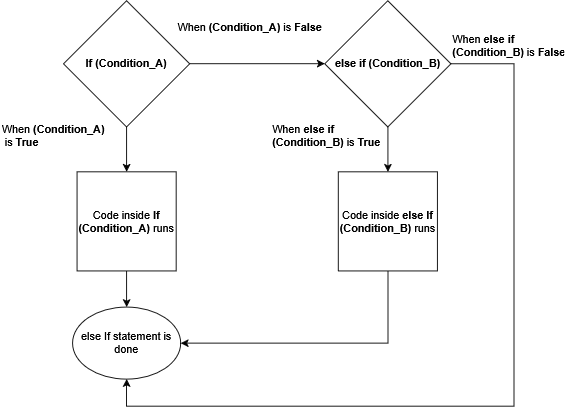
Above: public/conditionals/elseif.png in Adrianamm/frcsoftware.org (draw.io), before the change. Source tidied: cells renumbered, new cells last; positions are measured from the earlier drawing's top-left corner, leaving out a move shared by most shapes.
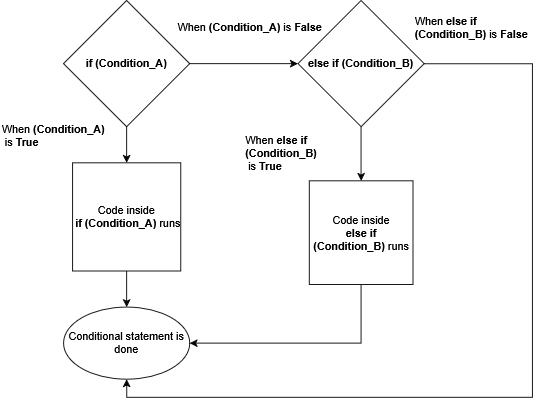
After the commit.

Change to the diagram source:
```diff
@@ -8,17 +8,17 @@
     <mxCell id="3" style="edgeStyle=orthogonalEdgeStyle;rounded=0;jettySize=auto;html=1;" parent="1" edge="1" source="4" target="12">
       <mxGeometry relative="1" as="geometry" />
     </mxCell>
-    <mxCell id="4" value="&lt;b&gt;If (Condition_A)&lt;/b&gt;" style="rhombus;whiteSpace=wrap;html=1;" parent="1" vertex="1">
+    <mxCell id="4" value="&lt;b&gt;if (Condition_A)&lt;/b&gt;" style="rhombus;whiteSpace=wrap;html=1;" parent="1" vertex="1">
       <mxGeometry x="70" width="140" height="140" as="geometry" />
     </mxCell>
     <mxCell id="5" style="edgeStyle=orthogonalEdgeStyle;rounded=0;jettySize=auto;html=1;" parent="1" edge="1" source="6" target="7">
       <mxGeometry relative="1" as="geometry" />
     </mxCell>
-    <mxCell id="6" value="Code inside&lt;b&gt;&amp;nbsp;&lt;/b&gt;&lt;b&gt;If (&lt;/b&gt;&lt;b&gt;Condition_A&lt;/b&gt;&lt;b&gt;)&lt;/b&gt;&amp;nbsp;runs" style="whiteSpace=wrap;html=1;" parent="1" vertex="1">
-      <mxGeometry x="85" y="190" width="110" height="110" as="geometry" />
+    <mxCell id="6" value="&lt;div&gt;Code inside&lt;b&gt;&lt;br&gt;&lt;/b&gt;&lt;/div&gt;&lt;div&gt;&lt;b&gt;&amp;nbsp;if&lt;/b&gt;&lt;b&gt;&amp;nbsp;(&lt;/b&gt;&lt;b&gt;Condition_A&lt;/b&gt;&lt;b&gt;)&lt;/b&gt;&amp;nbsp;runs&lt;/div&gt;" style="whiteSpace=wrap;html=1;" parent="1" vertex="1">
+      <mxGeometry x="80" y="180" width="120" height="120" as="geometry" />
     </mxCell>
-    <mxCell id="7" value="else If statement is done" style="ellipse;whiteSpace=wrap;html=1;" parent="1" vertex="1">
-      <mxGeometry x="80" y="340" width="120" height="80" as="geometry" />
+    <mxCell id="7" value="Conditional statement is done" style="ellipse;whiteSpace=wrap;html=1;" parent="1" vertex="1">
+      <mxGeometry x="70" y="340" width="140" height="80" as="geometry" />
     </mxCell>
     <mxCell id="8" value="&lt;div&gt;When&amp;nbsp;&lt;b&gt;(&lt;/b&gt;&lt;b&gt;Condition_A&lt;/b&gt;&lt;b&gt;)&lt;/b&gt;&lt;/div&gt;&lt;div&gt;&lt;b&gt;&amp;nbsp;&lt;/b&gt;is&amp;nbsp;&lt;b&gt;True&lt;/b&gt;&lt;/div&gt;" style="text;html=1;whiteSpace=wrap;strokeColor=none;fillColor=none;align=left;verticalAlign=middle;rounded=0;" parent="1" vertex="1">
       <mxGeometry y="130" width="140" height="40" as="geometry" />
@@ -26,36 +26,36 @@
     <mxCell id="9" value="When&amp;nbsp;&lt;b&gt;(&lt;/b&gt;&lt;b&gt;Condition_A&lt;/b&gt;&lt;b&gt;)&amp;nbsp;&lt;/b&gt;is&amp;nbsp;&lt;b&gt;False&lt;/b&gt;" style="text;html=1;whiteSpace=wrap;strokeColor=none;fillColor=none;align=left;verticalAlign=middle;rounded=0;" parent="1" vertex="1">
       <mxGeometry x="195" y="10" width="80" height="40" as="geometry" />
     </mxCell>
-    <mxCell id="10" style="edgeStyle=orthogonalEdgeStyle;rounded=0;jettySize=auto;html=1;" parent="1" edge="1" source="12" target="14">
-      <mxGeometry relative="1" as="geometry" />
-    </mxCell>
+    <mxCell id="17" style="edgeStyle=orthogonalEdgeStyle;rounded=0;jettySize=auto;html=1;" parent="1" edge="1" source="12" target="19">
+      <mxGeometry relative="1" as="geometry" />
+    </mxCell>
     <mxCell id="11" style="edgeStyle=orthogonalEdgeStyle;rounded=0;jettySize=auto;html=1;entryX=0.5;entryY=1;entryDx=0;entryDy=0;" parent="1" edge="1" source="12" target="7">
       <mxGeometry relative="1" as="geometry">
         <Array as="points">
-          <mxPoint x="570" y="70" />
-          <mxPoint x="570" y="450" />
-          <mxPoint x="140" y="450" />
+          <mxPoint x="590" y="70" />
+          <mxPoint x="590" y="440" />
+          <mxPoint x="140" y="440" />
         </Array>
       </mxGeometry>
     </mxCell>
     <mxCell id="12" value="&lt;b&gt;else if (Condition_B)&lt;/b&gt;" style="rhombus;whiteSpace=wrap;html=1;" parent="1" vertex="1">
-      <mxGeometry x="360" width="140" height="140" as="geometry" />
+      <mxGeometry x="330" width="140" height="140" as="geometry" />
     </mxCell>
-    <mxCell id="13" style="edgeStyle=orthogonalEdgeStyle;rounded=0;jettySize=auto;html=1;entryX=1;entryY=0.5;entryDx=0;entryDy=0;" parent="1" edge="1" source="14" target="7">
-      <mxGeometry relative="1" as="geometry">
-        <Array as="points">
-          <mxPoint x="430" y="380" />
-        </Array>
-      </mxGeometry>
-    </mxCell>
-    <mxCell id="14" value="&lt;br&gt;Code inside&lt;b&gt;&amp;nbsp;else&amp;nbsp;&lt;/b&gt;&lt;b&gt;If (&lt;/b&gt;&lt;b&gt;Condition_B&lt;/b&gt;&lt;b&gt;)&lt;/b&gt;&amp;nbsp;runs&lt;div&gt;&lt;br&gt;&lt;/div&gt;" style="whiteSpace=wrap;html=1;" parent="1" vertex="1">
-      <mxGeometry x="375" y="190" width="110" height="110" as="geometry" />
-    </mxCell>
+    <mxCell id="18" style="edgeStyle=orthogonalEdgeStyle;rounded=0;jettySize=auto;html=1;entryX=1;entryY=0.5;entryDx=0;entryDy=0;" parent="1" edge="1" source="19" target="7">
+      <mxGeometry relative="1" as="geometry">
+        <Array as="points">
+          <mxPoint x="400" y="380" />
+        </Array>
+      </mxGeometry>
+    </mxCell>
+    <mxCell id="19" value="&lt;div&gt;Code inside&lt;b&gt;&lt;br&gt;&lt;/b&gt;&lt;/div&gt;&lt;div&gt;&lt;b&gt;else if (&lt;/b&gt;&lt;b&gt;Condition_B)&lt;/b&gt;&amp;nbsp;runs&lt;/div&gt;" style="whiteSpace=wrap;html=1;" parent="1" vertex="1">
+      <mxGeometry x="342.5" y="200" width="115" height="115" as="geometry" />
+    </mxCell>
     <mxCell id="15" value="When&amp;nbsp;&lt;b&gt;else if (&lt;/b&gt;&lt;b&gt;Condition_B&lt;/b&gt;&lt;b&gt;)&amp;nbsp;&lt;/b&gt;is&amp;nbsp;&lt;b&gt;False&lt;/b&gt;" style="text;html=1;whiteSpace=wrap;strokeColor=none;fillColor=none;align=left;verticalAlign=middle;rounded=0;" parent="1" vertex="1">
-      <mxGeometry x="500" y="30" width="80" height="40" as="geometry" />
+      <mxGeometry x="457.5" y="10" width="80" height="40" as="geometry" />
     </mxCell>
-    <mxCell id="16" value="When&lt;b&gt; else if (&lt;/b&gt;&lt;b&gt;Condition_B&lt;/b&gt;&lt;b&gt;)&amp;nbsp;&lt;/b&gt;is&amp;nbsp;&lt;b&gt;True&lt;/b&gt;" style="text;html=1;whiteSpace=wrap;strokeColor=none;fillColor=none;align=left;verticalAlign=middle;rounded=0;" parent="1" vertex="1">
-      <mxGeometry x="300" y="130" width="80" height="40" as="geometry" />
+    <mxCell id="16" value="&lt;div&gt;When&amp;nbsp;&lt;b&gt;else if (&lt;/b&gt;&lt;b&gt;Condition_B&lt;/b&gt;&lt;b&gt;)&lt;/b&gt;&lt;/div&gt;&lt;div&gt;&lt;b&gt;&amp;nbsp;&lt;/b&gt;is&amp;nbsp;&lt;b&gt;True&lt;/b&gt;&lt;/div&gt;" style="text;html=1;whiteSpace=wrap;strokeColor=none;fillColor=none;align=left;verticalAlign=middle;rounded=0;" parent="1" vertex="1">
+      <mxGeometry x="270" y="150" width="140" height="40" as="geometry" />
     </mxCell>
   </root>
 </mxGraphModel>
```
